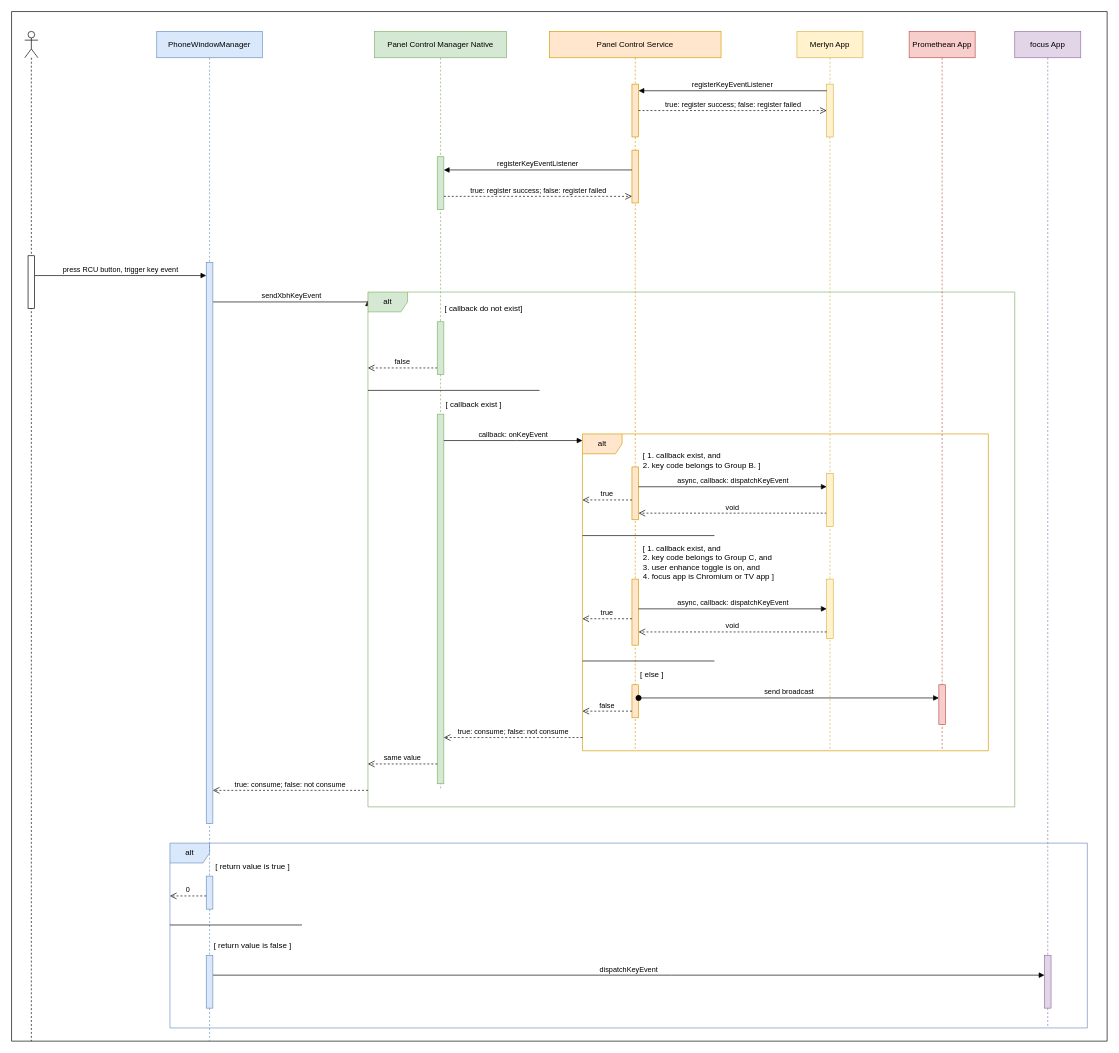
Earlier version of the draw.io diagram prometheanworld_RCU.drawio (windboat/draw.io). Source tidied: cells renumbered, new cells numbered last; positions are measured from the earlier drawing's top-left corner, leaving out a move shared by most shapes. Both pictures are drawn from the tidied source at 66%, with x=0, y=0 at pixel (11, 11).
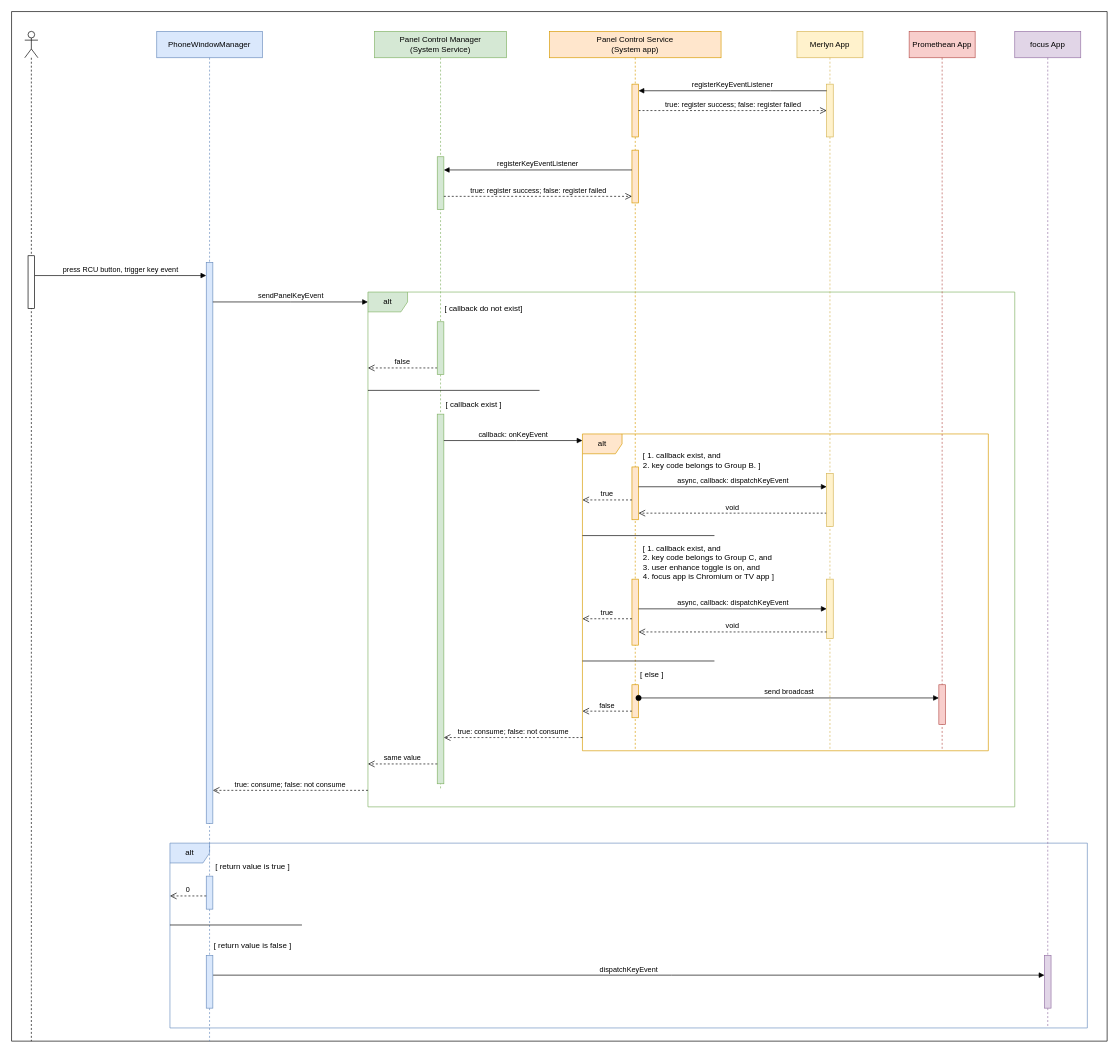
The same page after the edit.

The change refers to these unchanged cells:
```xml
<mxCell id="2" style="swimlane;startSize=0;fillStyle=auto;strokeColor=default;gradientColor=default;" parent="1" vertex="1">
  <mxGeometry width="1660" height="1560" as="geometry" />
</mxCell>
<mxCell id="21" value="alt" style="shape=umlFrame;whiteSpace=wrap;html=1;fillStyle=auto;strokeColor=#82b366;fillColor=#d5e8d4;" parent="2" vertex="1">
  <mxGeometry x="540" y="425" width="980" height="780" as="geometry" />
</mxCell>
<mxCell id="51" style="html=1;points=[];perimeter=orthogonalPerimeter;outlineConnect=0;targetShapes=umlLifeline;portConstraint=eastwest;newEdgeStyle={&quot;edgeStyle&quot;:&quot;elbowEdgeStyle&quot;,&quot;elbow&quot;:&quot;vertical&quot;,&quot;curved&quot;:0,&quot;rounded&quot;:0};fillColor=#dae8fc;strokeColor=#6c8ebf;" parent="50" vertex="1">
  <mxGeometry x="75" y="350" width="10" height="850" as="geometry" />
</mxCell>
```

Diff of the diagram source:
```diff
@@
-    <mxCell id="4" value="sendXbhKeyEvent" style="html=1;verticalAlign=bottom;endArrow=block;edgeStyle=elbowEdgeStyle;elbow=vertical;curved=0;rounded=0;entryX=0;entryY=0.016;entryDx=0;entryDy=0;entryPerimeter=0;" parent="2" edge="1" source="51" target="21">
-      <mxGeometry relative="1" as="geometry">
-        <Array as="points">
-          <mxPoint x="530" y="440" />
-          <mxPoint x="410" y="430" />
-          <mxPoint x="455" y="410" />
-        </Array>
-      </mxGeometry>
-    </mxCell>
@@
-    <mxCell id="8" value="Panel Control Manager Native" style="shape=umlLifeline;perimeter=lifelinePerimeter;whiteSpace=wrap;html=1;newEdgeStyle={&quot;edgeStyle&quot;:&quot;elbowEdgeStyle&quot;,&quot;elbow&quot;:&quot;vertical&quot;,&quot;curved&quot;:0,&quot;rounded&quot;:0};fillColor=#d5e8d4;strokeColor=#82b366;" parent="2" vertex="1">
+    <mxCell id="8" value="Panel Control Manager&lt;br&gt;(System Service)" style="shape=umlLifeline;perimeter=lifelinePerimeter;whiteSpace=wrap;html=1;newEdgeStyle={&quot;edgeStyle&quot;:&quot;elbowEdgeStyle&quot;,&quot;elbow&quot;:&quot;vertical&quot;,&quot;curved&quot;:0,&quot;rounded&quot;:0};fillColor=#d5e8d4;strokeColor=#82b366;" parent="2" vertex="1">
       <mxGeometry x="550" y="30" width="200" height="1150" as="geometry" />
     </mxCell>
@@
-    <mxCell id="12" value="Panel Control Service" style="shape=umlLifeline;perimeter=lifelinePerimeter;whiteSpace=wrap;html=1;newEdgeStyle={&quot;edgeStyle&quot;:&quot;elbowEdgeStyle&quot;,&quot;elbow&quot;:&quot;vertical&quot;,&quot;curved&quot;:0,&quot;rounded&quot;:0};fillColor=#ffe6cc;strokeColor=#d79b00;" parent="2" vertex="1">
+    <mxCell id="12" value="Panel Control Service&lt;br&gt;(System app)" style="shape=umlLifeline;perimeter=lifelinePerimeter;whiteSpace=wrap;html=1;newEdgeStyle={&quot;edgeStyle&quot;:&quot;elbowEdgeStyle&quot;,&quot;elbow&quot;:&quot;vertical&quot;,&quot;curved&quot;:0,&quot;rounded&quot;:0};fillColor=#ffe6cc;strokeColor=#d79b00;" parent="2" vertex="1">
       <mxGeometry x="815" y="30" width="260" height="1090" as="geometry" />
     </mxCell>
@@
+    <mxCell id="62" value="sendPanelKeyEvent" style="html=1;verticalAlign=bottom;endArrow=block;edgeStyle=elbowEdgeStyle;elbow=vertical;curved=0;rounded=0;" parent="2" edge="1">
+      <mxGeometry relative="1" as="geometry">
+        <mxPoint x="305" y="440" as="sourcePoint" />
+        <mxPoint x="540" y="440" as="targetPoint" />
+      </mxGeometry>
+    </mxCell>
```
